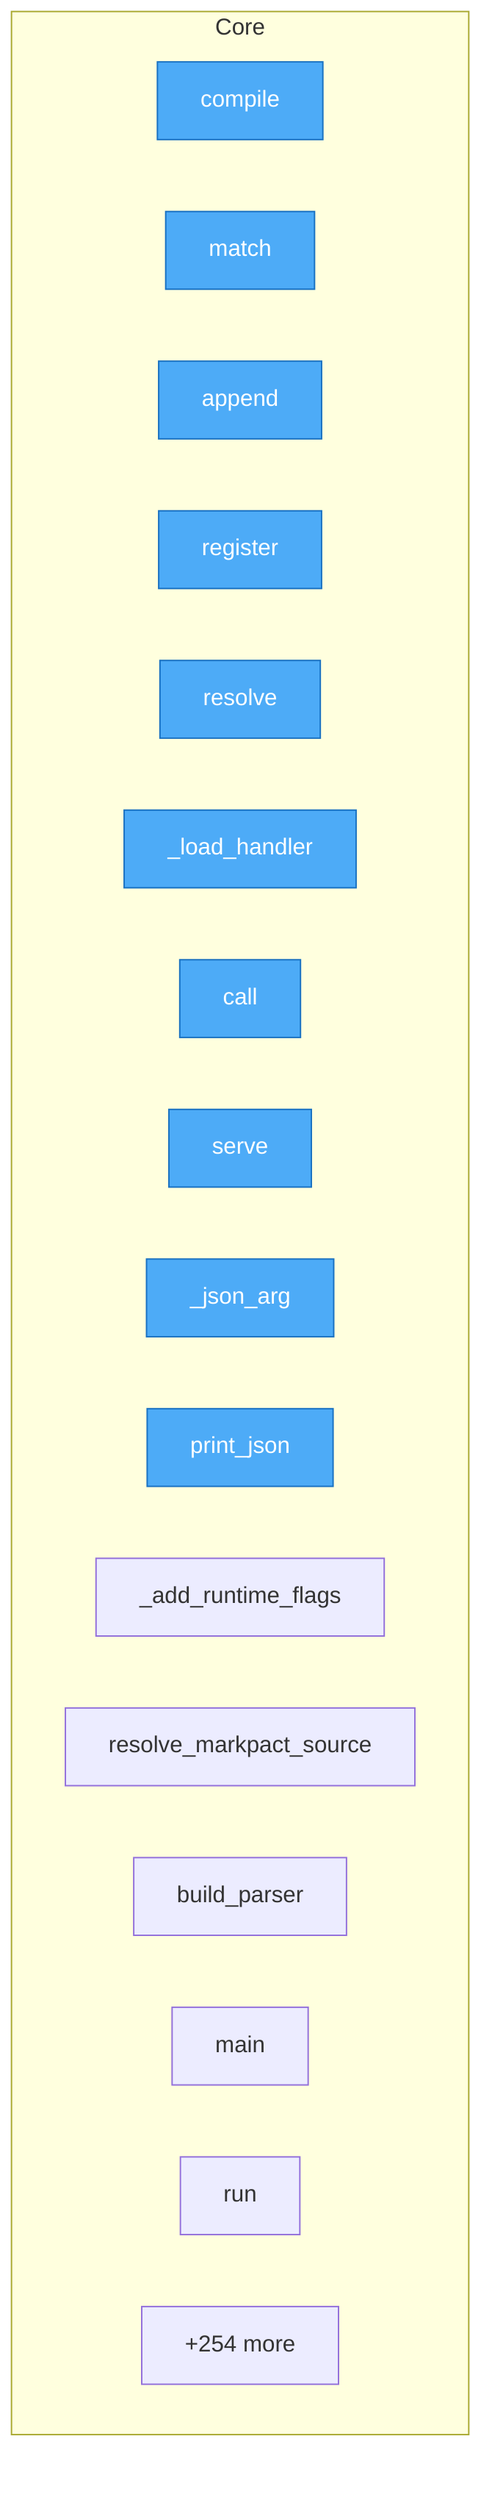
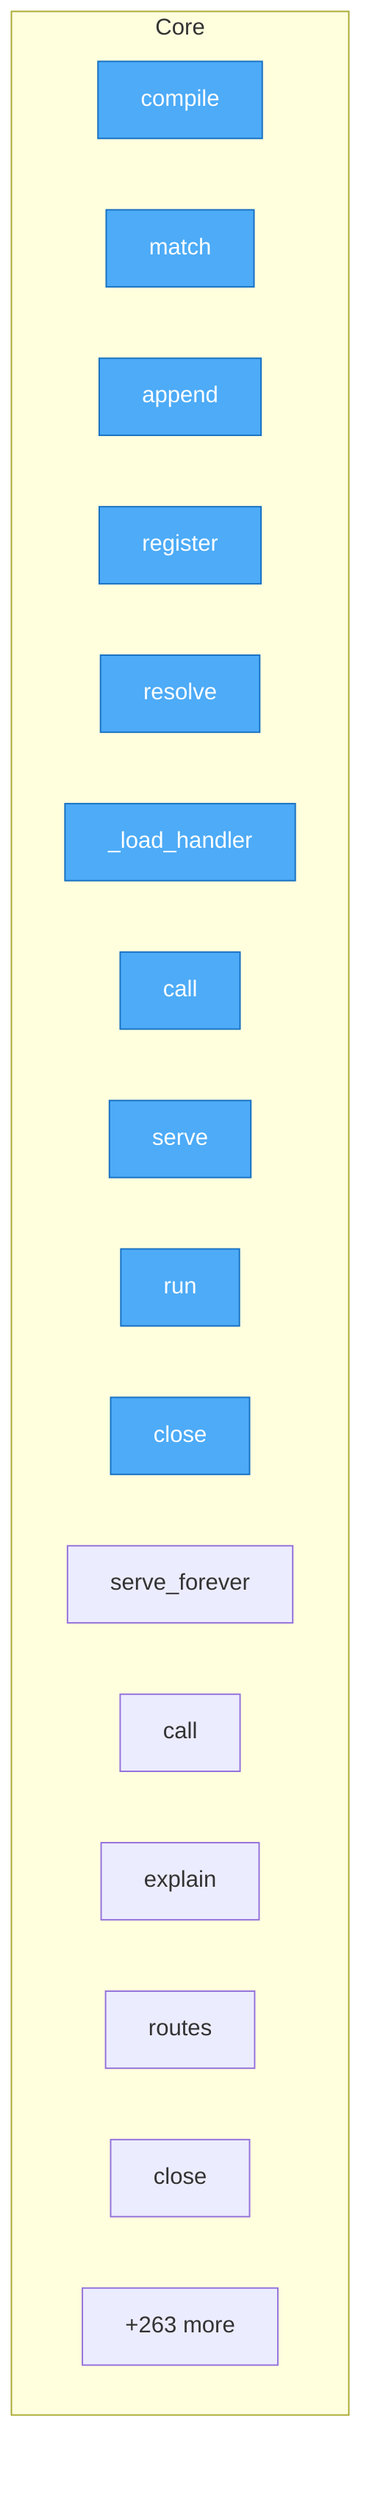
flowchart TD
- %% generated in 0.01s
+ %% generated in 0.02s

    %% Entry points (blue)
    classDef entry fill:#4dabf7,stroke:#1971c2,color:#fff

    subgraph Core
        packages__python__urisysedge__runtime__Route__compile["compile"]
        packages__python__urisysedge__runtime__Route__match["match"]
        packages__python__urisysedge__runtime__JsonlEventStore__append["append"]
        packages__python__urisysedge__runtime__Runtime__register["register"]
        packages__python__urisysedge__runtime__Runtime__resolve["resolve"]
        packages__python__urisysedge__runtime__Runtime___load_handler["_load_handler"]
        packages__python__urisysedge__runtime__Runtime__call["call"]
        packages__python__urisysedge__runtime__serve["serve"]
-         src__urisys__cli___json_arg["_json_arg"]
-         src__urisys__cli__print_json["print_json"]
-         src__urisys__cli___add_runtime_flags["_add_runtime_flags"]
-         src__urisys__cli__resolve_markpact_source["resolve_markpact_source"]
-         src__urisys__cli__build_parser["build_parser"]
-         src__urisys__cli__main["main"]
        src__urisys__controllers__flow_controller__FlowController__run["run"]
-         ...["+254 more"]
+         src__urisys__controllers__flow_controller__FlowController__close["close"]
+         src__urisys__controllers__server_controller__ServerController__serve_forever["serve_forever"]
+         src__urisys__controllers__uri_controller__UriController__call["call"]
+         src__urisys__controllers__uri_controller__UriController__explain["explain"]
+         src__urisys__controllers__uri_controller__UriController__routes["routes"]
+         src__urisys__controllers__uri_controller__UriController__close["close"]
+         ...["+263 more"]
    end

-     class packages__python__urisysedge__runtime__Route__compile,packages__python__urisysedge__runtime__Route__match,packages__python__urisysedge__runtime__JsonlEventStore__append,packages__python__urisysedge__runtime__Runtime__register,packages__python__urisysedge__runtime__Runtime__resolve,packages__python__urisysedge__runtime__Runtime___load_handler,packages__python__urisysedge__runtime__Runtime__call,packages__python__urisysedge__runtime__serve,src__urisys__cli___json_arg,src__urisys__cli__print_json entry
+     class packages__python__urisysedge__runtime__Route__compile,packages__python__urisysedge__runtime__Route__match,packages__python__urisysedge__runtime__JsonlEventStore__append,packages__python__urisysedge__runtime__Runtime__register,packages__python__urisysedge__runtime__Runtime__resolve,packages__python__urisysedge__runtime__Runtime___load_handler,packages__python__urisysedge__runtime__Runtime__call,packages__python__urisysedge__runtime__serve,src__urisys__controllers__flow_controller__FlowController__run,src__urisys__controllers__flow_controller__FlowController__close entry
